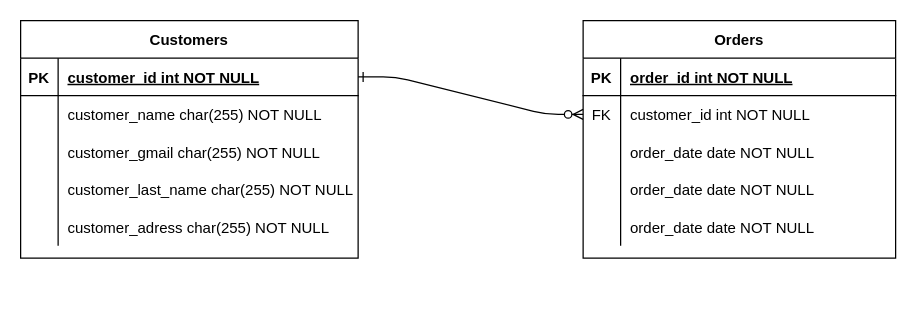
The draw.io diagram Untitled Diagram.drawio in edwardwarnders/hello-world, before the edit. Source tidied: cells renumbered, new cells numbered last; positions are measured from the earlier drawing's top-left corner, leaving out a move shared by most shapes. Both pictures are drawn from the tidied source at 125%, with x=0, y=0 at pixel (20, 20).
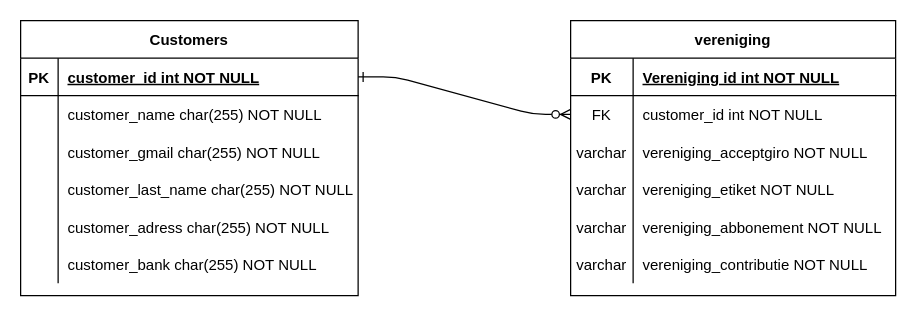
Above is the later version.

What changed in the source:
```diff
@@
-    <mxCell id="3" value="Orders" style="shape=table;startSize=30;childLayout=tableLayout;rowLines=0;fontStyle=1;align=center;" parent="1" vertex="1">
-      <mxGeometry x="450" width="250" height="190" as="geometry" />
+    <mxCell id="3" value="vereniging" style="shape=table;startSize=30;childLayout=tableLayout;rowLines=0;fontStyle=1;align=center;" parent="1" vertex="1">
+      <mxGeometry x="440" width="260" height="220" as="geometry" />
     </mxCell>
     <mxCell id="4" style="shape=partialRectangle;fillColor=none;top=0;left=0;right=0;bottom=1;" parent="3" vertex="1">
-      <mxGeometry y="30" width="250" height="30" as="geometry" />
+      <mxGeometry y="30" width="260" height="30" as="geometry" />
     </mxCell>
     <mxCell id="5" value="PK" style="shape=partialRectangle;overflow=hidden;fillColor=none;top=0;left=0;bottom=0;right=0;fontStyle=1;" parent="4" vertex="1">
-      <mxGeometry width="30" height="30" as="geometry" />
+      <mxGeometry width="50" height="30" as="geometry" />
     </mxCell>
-    <mxCell id="6" value="order_id int NOT NULL " style="shape=partialRectangle;overflow=hidden;fillColor=none;top=0;left=0;bottom=0;right=0;align=left;spacingLeft=6;fontStyle=5;" parent="4" vertex="1">
-      <mxGeometry x="30" width="220" height="30" as="geometry" />
+    <mxCell id="6" value="Vereniging id int NOT NULL " style="shape=partialRectangle;overflow=hidden;fillColor=none;top=0;left=0;bottom=0;right=0;align=left;spacingLeft=6;fontStyle=5;" parent="4" vertex="1">
+      <mxGeometry x="50" width="210" height="30" as="geometry" />
     </mxCell>
     <mxCell id="7" style="shape=partialRectangle;fillColor=none;points=[[0,0.5],[1,0.5]];portConstraint=eastwest;top=0;left=0;right=0;bottom=0;" parent="3" vertex="1">
-      <mxGeometry y="60" width="250" height="30" as="geometry" />
+      <mxGeometry y="60" width="260" height="30" as="geometry" />
     </mxCell>
     <mxCell id="8" value="FK" style="shape=partialRectangle;overflow=hidden;fillColor=none;top=0;left=0;bottom=0;right=0;" parent="7" vertex="1">
-      <mxGeometry width="30" height="30" as="geometry" />
+      <mxGeometry width="50" height="30" as="geometry" />
     </mxCell>
     <mxCell id="9" value="customer_id int NOT NULL" style="shape=partialRectangle;overflow=hidden;fillColor=none;top=0;left=0;bottom=0;right=0;align=left;spacingLeft=6;" parent="7" vertex="1">
-      <mxGeometry x="30" width="220" height="30" as="geometry" />
+      <mxGeometry x="50" width="210" height="30" as="geometry" />
     </mxCell>
     <mxCell id="10" style="shape=partialRectangle;fillColor=none;top=0;left=0;right=0;bottom=0;" parent="3" vertex="1">
-      <mxGeometry y="90" width="250" height="30" as="geometry" />
+      <mxGeometry y="90" width="260" height="30" as="geometry" />
     </mxCell>
-    <mxCell id="11" style="shape=partialRectangle;overflow=hidden;fillColor=none;top=0;left=0;bottom=0;right=0;" parent="10" vertex="1">
-      <mxGeometry width="30" height="30" as="geometry" />
+    <mxCell id="11" value="varchar" style="shape=partialRectangle;overflow=hidden;fillColor=none;top=0;left=0;bottom=0;right=0;" parent="10" vertex="1">
+      <mxGeometry width="50" height="30" as="geometry" />
     </mxCell>
-    <mxCell id="12" value="order_date date NOT NULL" style="shape=partialRectangle;overflow=hidden;fillColor=none;top=0;left=0;bottom=0;right=0;align=left;spacingLeft=6;" parent="10" vertex="1">
-      <mxGeometry x="30" width="220" height="30" as="geometry" />
+    <mxCell id="12" value="vereniging_acceptgiro NOT NULL" style="shape=partialRectangle;overflow=hidden;fillColor=none;top=0;left=0;bottom=0;right=0;align=left;spacingLeft=6;" parent="10" vertex="1">
+      <mxGeometry x="50" width="210" height="30" as="geometry" />
     </mxCell>
-    <mxCell id="13" style="shape=partialRectangle;fillColor=none;top=0;left=0;right=0;bottom=0;" parent="3" vertex="1">
-      <mxGeometry y="120" width="250" height="30" as="geometry" />
-    </mxCell>
-    <mxCell id="14" style="shape=partialRectangle;overflow=hidden;fillColor=none;top=0;left=0;bottom=0;right=0;" parent="13" vertex="1">
-      <mxGeometry width="30" height="30" as="geometry" />
-    </mxCell>
-    <mxCell id="15" value="order_date date NOT NULL" style="shape=partialRectangle;overflow=hidden;fillColor=none;top=0;left=0;bottom=0;right=0;align=left;spacingLeft=6;" parent="13" vertex="1">
-      <mxGeometry x="30" width="220" height="30" as="geometry" />
-    </mxCell>
     <mxCell id="16" style="shape=partialRectangle;fillColor=none;top=0;left=0;right=0;bottom=0;" parent="3" vertex="1">
-      <mxGeometry y="150" width="250" height="30" as="geometry" />
+      <mxGeometry y="120" width="260" height="30" as="geometry" />
     </mxCell>
-    <mxCell id="17" style="shape=partialRectangle;overflow=hidden;fillColor=none;top=0;left=0;bottom=0;right=0;" parent="16" vertex="1">
-      <mxGeometry width="30" height="30" as="geometry" />
+    <mxCell id="17" value="varchar" style="shape=partialRectangle;overflow=hidden;fillColor=none;top=0;left=0;bottom=0;right=0;" parent="16" vertex="1">
+      <mxGeometry width="50" height="30" as="geometry" />
     </mxCell>
-    <mxCell id="18" value="order_date date NOT NULL" style="shape=partialRectangle;overflow=hidden;fillColor=none;top=0;left=0;bottom=0;right=0;align=left;spacingLeft=6;" parent="16" vertex="1">
-      <mxGeometry x="30" width="220" height="30" as="geometry" />
+    <mxCell id="18" value="vereniging_etiket NOT NULL" style="shape=partialRectangle;overflow=hidden;fillColor=none;top=0;left=0;bottom=0;right=0;align=left;spacingLeft=6;" parent="16" vertex="1">
+      <mxGeometry x="50" width="210" height="30" as="geometry" />
     </mxCell>
+    <mxCell id="35" style="shape=partialRectangle;fillColor=none;top=0;left=0;right=0;bottom=0;" parent="3" vertex="1">
+      <mxGeometry y="150" width="260" height="30" as="geometry" />
+    </mxCell>
+    <mxCell id="36" value="varchar" style="shape=partialRectangle;overflow=hidden;fillColor=none;top=0;left=0;bottom=0;right=0;" parent="35" vertex="1">
+      <mxGeometry width="50" height="30" as="geometry" />
+    </mxCell>
+    <mxCell id="37" value="vereniging_abbonement NOT NULL" style="shape=partialRectangle;overflow=hidden;fillColor=none;top=0;left=0;bottom=0;right=0;align=left;spacingLeft=6;" parent="35" vertex="1">
+      <mxGeometry x="50" width="210" height="30" as="geometry" />
+    </mxCell>
+    <mxCell id="38" style="shape=partialRectangle;fillColor=none;top=0;left=0;right=0;bottom=0;" parent="3" vertex="1">
+      <mxGeometry y="180" width="260" height="30" as="geometry" />
+    </mxCell>
+    <mxCell id="39" value="varchar" style="shape=partialRectangle;overflow=hidden;fillColor=none;top=0;left=0;bottom=0;right=0;" parent="38" vertex="1">
+      <mxGeometry width="50" height="30" as="geometry" />
+    </mxCell>
+    <mxCell id="40" value="vereniging_contributie NOT NULL" style="shape=partialRectangle;overflow=hidden;fillColor=none;top=0;left=0;bottom=0;right=0;align=left;spacingLeft=6;" parent="38" vertex="1">
+      <mxGeometry x="50" width="210" height="30" as="geometry" />
+    </mxCell>
     <mxCell id="19" value="Customers" style="shape=table;startSize=30;childLayout=tableLayout;rowLines=0;fontStyle=1;align=center;" parent="1" vertex="1">
-      <mxGeometry width="270" height="190" as="geometry" />
+      <mxGeometry width="270" height="220" as="geometry" />
     </mxCell>
@@
+    <mxCell id="41" style="shape=partialRectangle;fillColor=none;top=0;left=0;right=0;bottom=0;" parent="19" vertex="1">
+      <mxGeometry y="180" width="270" height="30" as="geometry" />
+    </mxCell>
+    <mxCell id="14" style="shape=partialRectangle;overflow=hidden;fillColor=none;top=0;left=0;bottom=0;right=0;" parent="41" vertex="1">
+      <mxGeometry width="30" height="30" as="geometry" />
+    </mxCell>
+    <mxCell id="42" value="customer_bank char(255) NOT NULL" style="shape=partialRectangle;overflow=hidden;fillColor=none;top=0;left=0;bottom=0;right=0;align=left;spacingLeft=6;" parent="41" vertex="1">
+      <mxGeometry x="30" width="240" height="30" as="geometry" />
+    </mxCell>
```
